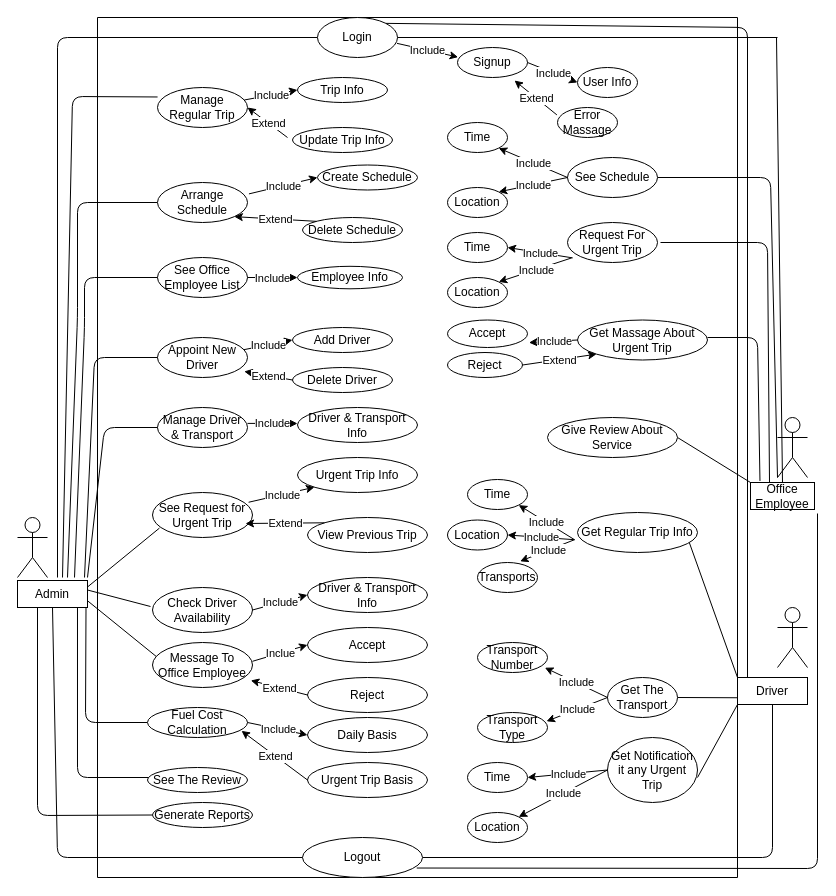
Before: Untitled Diagram.drawio in SHIMAISRAFIL/Transport-Schedule, a draw.io diagram. Source tidied: cells renumbered, new cells numbered last; positions are measured from the earlier drawing's top-left corner, leaving out a move shared by most shapes. Both pictures are drawn from the tidied source at 100%, with x=0, y=0 at pixel (17, 17).
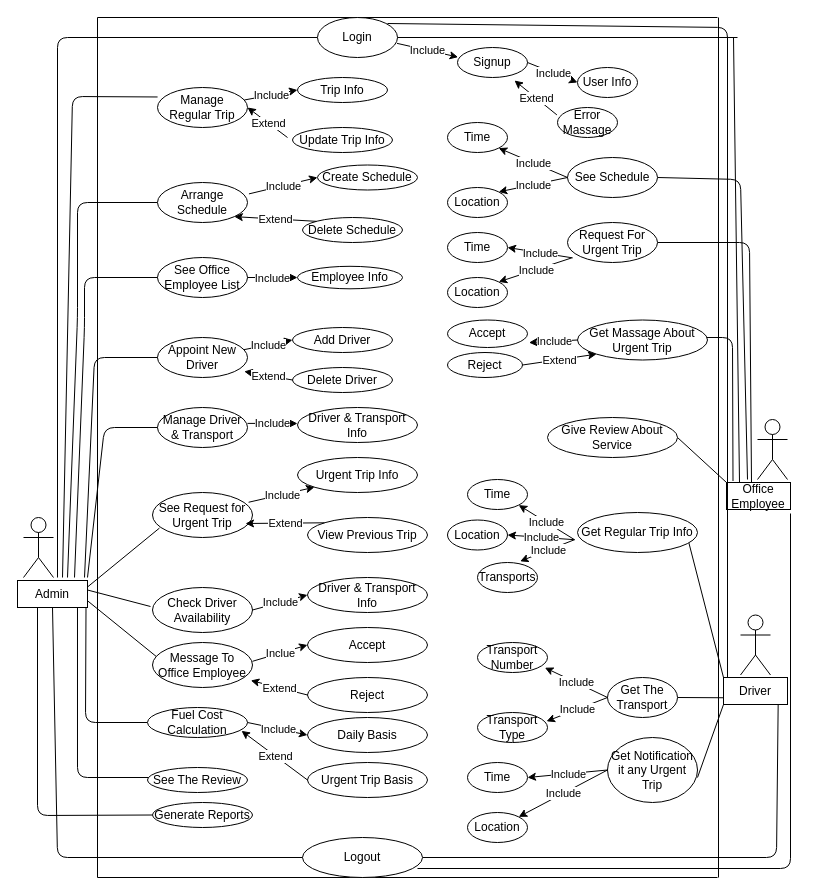
After the change.

Unchanged cells that the change refers to:
```xml
<mxCell id="13" value="Logout" style="ellipse;whiteSpace=wrap;html=1;" parent="1" vertex="1">
  <mxGeometry x="285" y="820" width="120" height="40" as="geometry" />
</mxCell>
<mxCell id="15" value="Login" style="ellipse;whiteSpace=wrap;html=1;" parent="1" vertex="1">
  <mxGeometry x="300" width="80" height="40" as="geometry" />
</mxCell>
<mxCell id="98" value="See Schedule" style="ellipse;whiteSpace=wrap;html=1;" parent="1" vertex="1">
  <mxGeometry x="550" y="140" width="90" height="40" as="geometry" />
</mxCell>
<mxCell id="106" value="Request For Urgent Trip" style="ellipse;whiteSpace=wrap;html=1;" parent="1" vertex="1">
  <mxGeometry x="550" y="205" width="90" height="40" as="geometry" />
</mxCell>
```

Change to the diagram source:
```diff
@@
     <mxCell id="2" style="shape=umlActor;verticalLabelPosition=bottom;verticalAlign=top;html=1;" parent="1" vertex="1">
-      <mxGeometry y="500" width="30" height="60" as="geometry" />
+      <mxGeometry x="6" y="500" width="30" height="60" as="geometry" />
     </mxCell>
     <mxCell id="3" style="shape=umlActor;verticalLabelPosition=bottom;verticalAlign=top;html=1;" parent="1" vertex="1">
-      <mxGeometry x="760" y="400" width="30" height="60" as="geometry" />
+      <mxGeometry x="740" y="402" width="30" height="60" as="geometry" />
     </mxCell>
     <mxCell id="4" style="shape=umlActor;verticalLabelPosition=bottom;verticalAlign=top;html=1;" parent="1" vertex="1">
-      <mxGeometry x="760" y="590" width="30" height="60" as="geometry" />
+      <mxGeometry x="723" y="597.5" width="30" height="60" as="geometry" />
     </mxCell>
@@
     <mxCell id="6" style="endArrow=none;html=1;" parent="1" edge="1">
       <mxGeometry relative="1" as="geometry">
         <mxPoint x="80" as="sourcePoint" />
-        <mxPoint x="720" as="targetPoint" />
+        <mxPoint x="700" as="targetPoint" />
       </mxGeometry>
     </mxCell>
     <mxCell id="7" style="endArrow=none;html=1;" parent="1" edge="1">
       <mxGeometry relative="1" as="geometry">
         <mxPoint x="80" y="860" as="sourcePoint" />
-        <mxPoint x="720" y="860" as="targetPoint" />
+        <mxPoint x="700" y="860" as="targetPoint" />
       </mxGeometry>
     </mxCell>
     <mxCell id="8" style="endArrow=none;html=1;" parent="1" edge="1">
       <mxGeometry relative="1" as="geometry">
-        <mxPoint x="720" y="860" as="sourcePoint" />
-        <mxPoint x="720" as="targetPoint" />
+        <mxPoint x="701" y="860" as="sourcePoint" />
+        <mxPoint x="701" as="targetPoint" />
       </mxGeometry>
     </mxCell>
@@
     <mxCell id="10" value="Office Employee" style="rounded=0;whiteSpace=wrap;html=1;" parent="1" vertex="1">
-      <mxGeometry x="733" y="465" width="64" height="27" as="geometry" />
+      <mxGeometry x="709" y="465" width="64" height="27" as="geometry" />
     </mxCell>
     <mxCell id="11" value="Driver" style="rounded=0;whiteSpace=wrap;html=1;" parent="1" vertex="1">
-      <mxGeometry x="720" y="660" width="70" height="27" as="geometry" />
+      <mxGeometry x="706" y="660" width="64" height="27" as="geometry" />
     </mxCell>
-    <mxCell id="12" style="endArrow=none;html=1;entryX=0.5;entryY=1;entryDx=0;entryDy=0;exitX=1;exitY=0.5;exitDx=0;exitDy=0;" parent="1" edge="1" source="13" target="11">
+    <mxCell id="12" style="endArrow=none;html=1;entryX=0.854;entryY=1.012;entryDx=0;entryDy=0;exitX=1;exitY=0.5;exitDx=0;exitDy=0;entryPerimeter=0;" parent="1" edge="1" source="13" target="11">
       <mxGeometry relative="1" as="geometry">
         <Array as="points">
-          <mxPoint x="755" y="840" />
+          <mxPoint x="759" y="840" />
         </Array>
       </mxGeometry>
     </mxCell>
@@
-    <mxCell id="25" style="endArrow=none;html=1;exitX=0.5;exitY=0;exitDx=0;exitDy=0;" parent="1" edge="1" source="10">
+    <mxCell id="25" style="endArrow=none;html=1;exitX=0.5;exitY=0;exitDx=0;exitDy=0;" parent="1" edge="1">
       <mxGeometry relative="1" as="geometry">
-        <mxPoint x="759" y="20" as="targetPoint" />
+        <mxPoint x="722" y="465" as="sourcePoint" />
+        <mxPoint x="716" y="20" as="targetPoint" />
       </mxGeometry>
     </mxCell>
     <mxCell id="26" style="endArrow=none;html=1;entryX=1;entryY=0.5;entryDx=0;entryDy=0;" parent="1" edge="1" target="15">
       <mxGeometry relative="1" as="geometry">
-        <mxPoint x="760" y="20" as="sourcePoint" />
+        <mxPoint x="720" y="20" as="sourcePoint" />
       </mxGeometry>
     </mxCell>
@@
-    <mxCell id="40" style="endArrow=none;html=1;exitX=0.952;exitY=0.763;exitDx=0;exitDy=0;exitPerimeter=0;" parent="1" edge="1" source="13">
+    <mxCell id="40" style="endArrow=none;html=1;" parent="1" edge="1">
       <mxGeometry relative="1" as="geometry">
-        <mxPoint x="800" y="496" as="targetPoint" />
+        <mxPoint x="400" y="851" as="sourcePoint" />
+        <mxPoint x="773" y="496" as="targetPoint" />
         <Array as="points">
-          <mxPoint x="800" y="851" />
+          <mxPoint x="773" y="851" />
         </Array>
       </mxGeometry>
     </mxCell>
-    <mxCell id="41" style="endArrow=none;html=1;entryX=1;entryY=0;entryDx=0;entryDy=0;" parent="1" edge="1" target="15">
+    <mxCell id="41" style="endArrow=none;html=1;" parent="1" edge="1">
       <mxGeometry relative="1" as="geometry">
-        <mxPoint x="730" y="660" as="sourcePoint" />
+        <mxPoint x="710" y="660" as="sourcePoint" />
+        <mxPoint x="370" y="6" as="targetPoint" />
         <Array as="points">
-          <mxPoint x="730" y="10" />
+          <mxPoint x="710" y="10" />
         </Array>
       </mxGeometry>
     </mxCell>
@@
-    <mxCell id="97" style="endArrow=none;html=1;" parent="1" edge="1">
+    <mxCell id="97" style="endArrow=none;html=1;entryX=1;entryY=0.5;entryDx=0;entryDy=0;" parent="1" edge="1" target="98">
       <mxGeometry relative="1" as="geometry">
-        <mxPoint x="760" y="460" as="sourcePoint" />
-        <mxPoint x="640" y="160" as="targetPoint" />
+        <mxPoint x="730" y="462" as="sourcePoint" />
         <Array as="points">
-          <mxPoint x="753" y="160" />
+          <mxPoint x="723" y="162" />
         </Array>
       </mxGeometry>
     </mxCell>
@@
-    <mxCell id="105" style="endArrow=none;html=1;exitX=0.25;exitY=0;exitDx=0;exitDy=0;entryX=1;entryY=0.5;entryDx=0;entryDy=0;" parent="1" edge="1">
+    <mxCell id="105" style="endArrow=none;html=1;exitX=0.25;exitY=0;exitDx=0;exitDy=0;entryX=1;entryY=0.5;entryDx=0;entryDy=0;" parent="1" edge="1" target="106">
       <mxGeometry relative="1" as="geometry">
-        <mxPoint x="752" y="465" as="sourcePoint" />
-        <mxPoint x="643" y="225" as="targetPoint" />
+        <mxPoint x="734" y="465" as="sourcePoint" />
         <Array as="points">
-          <mxPoint x="750" y="225" />
+          <mxPoint x="732" y="225" />
         </Array>
       </mxGeometry>
     </mxCell>
@@
-    <mxCell id="113" style="endArrow=none;html=1;exitX=0.148;exitY=-0.057;exitDx=0;exitDy=0;exitPerimeter=0;" parent="1" edge="1" source="10">
+    <mxCell id="113" style="endArrow=none;html=1;exitX=0.148;exitY=-0.057;exitDx=0;exitDy=0;exitPerimeter=0;" parent="1" edge="1">
       <mxGeometry relative="1" as="geometry">
-        <mxPoint x="690" y="320" as="targetPoint" />
+        <mxPoint x="715.5" y="463.5" as="sourcePoint" />
+        <mxPoint x="687" y="320" as="targetPoint" />
         <Array as="points">
-          <mxPoint x="740" y="320" />
+          <mxPoint x="715" y="320" />
         </Array>
       </mxGeometry>
     </mxCell>
```
